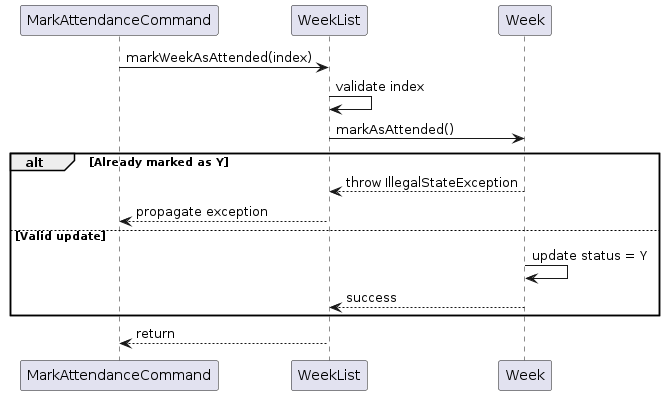
The PlantUML diagram diagrams/MarkAttendanceSequenceDiagram.png in AY2526S2-CS2103T-F10-3/tp, before a commit. Its source is kept beside it as diagrams/MarkAttendanceSequenceDiagram.puml. The source it was exported from:
```plantuml
@startuml
participant "MarkAttendanceCommand" as Command
participant "WeekList"
participant "Week"

Command -> WeekList : markWeekAsAttended(index)
WeekList -> WeekList : validate index
WeekList -> Week : markAsAttended()

alt Already marked as Y
    Week --> WeekList : throw IllegalStateException
    WeekList --> Command : propagate exception
else Valid update
    Week -> Week : update status = Y
    Week --> WeekList : success
end

WeekList --> Command : return
@enduml
```
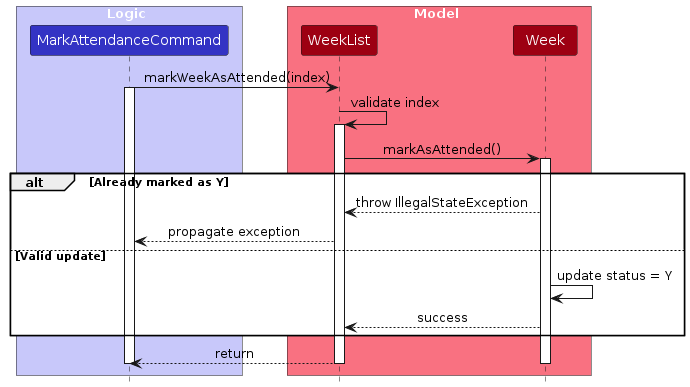
The same file after the commit.

What changed in the source:
```diff
@@ -1,11 +1,24 @@
 @startuml
-participant "MarkAttendanceCommand" as Command
-participant "WeekList"
-participant "Week"
+!include style.puml
+skinparam ArrowFontStyle plain
+
+box Logic LOGIC_COLOR_T1
+participant "MarkAttendanceCommand" as Command LOGIC_COLOR
+end box
+
+box Model MODEL_COLOR_T1
+participant "WeekList" MODEL_COLOR
+participant "Week" MODEL_COLOR
+end box
 
 Command -> WeekList : markWeekAsAttended(index)
+activate Command
+
 WeekList -> WeekList : validate index
+activate WeekList
+
 WeekList -> Week : markAsAttended()
+activate Week
 
 alt Already marked as Y
     Week --> WeekList : throw IllegalStateException
@@ -16,4 +29,9 @@
 end
 
 WeekList --> Command : return
+
+deactivate Week
+deactivate WeekList
+deactivate Command
+
 @enduml
```
